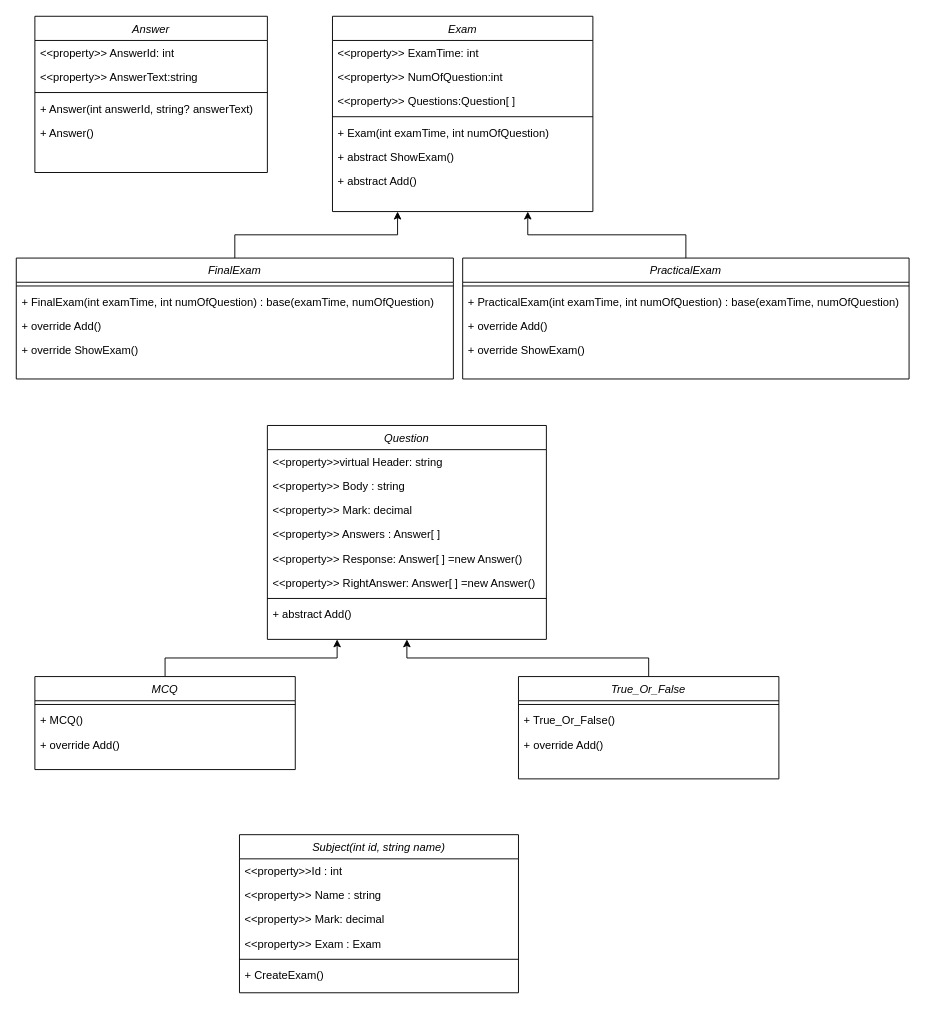
This is Untitled Diagram.drawio from Marina-tarek/C43-G01-Exam02-OOPExam, a draw.io file, before an edit. Source tidied: cells renumbered, new cells numbered last; positions are measured from the earlier drawing's top-left corner, leaving out a move shared by most shapes. Both pictures are drawn from the tidied source at 93%, with x=0, y=0 at pixel (16, 16).
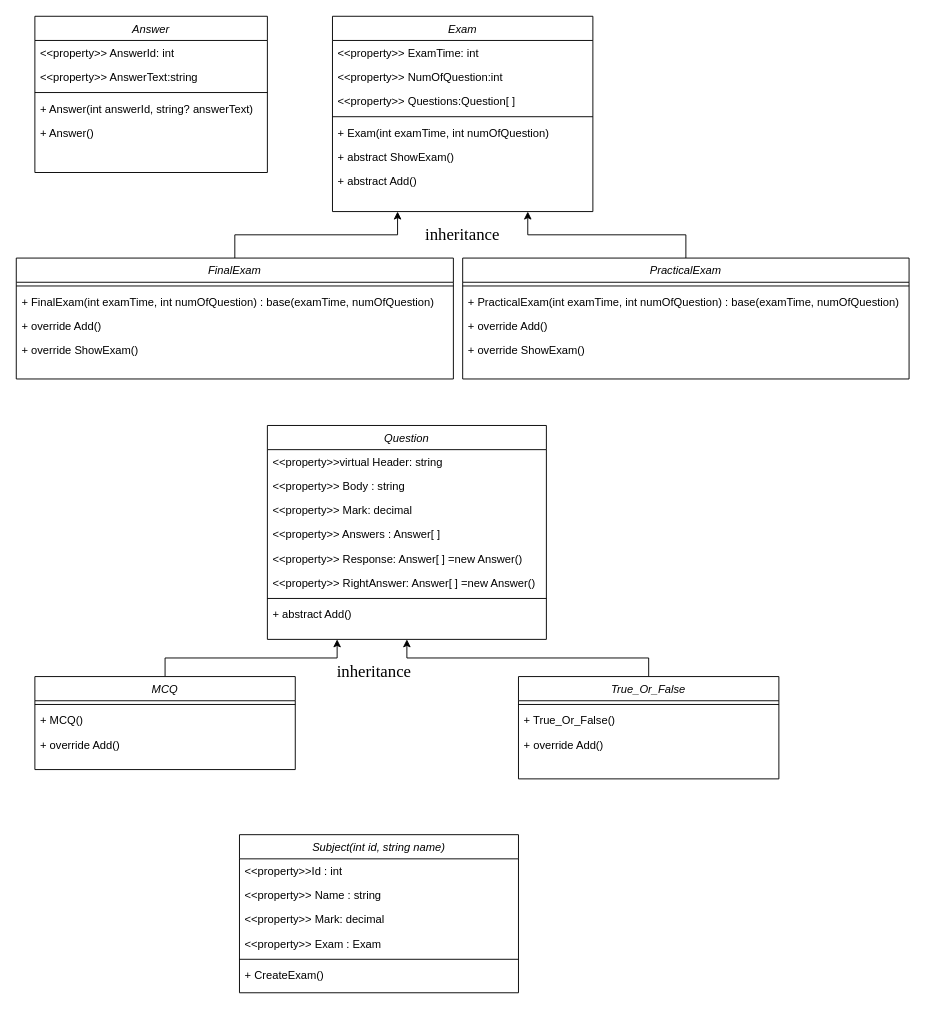
After the change.

Change to the diagram source:
```diff
@@
+    <mxCell id="54" value="&lt;font style=&quot;font-size: 18px;&quot; face=&quot;Times New Roman&quot;&gt;inheritance&lt;/font&gt;" style="text;strokeColor=none;align=center;fillColor=none;html=1;verticalAlign=middle;whiteSpace=wrap;rounded=0;" parent="1" vertex="1">
+      <mxGeometry x="435" y="220" width="90" height="30" as="geometry" />
+    </mxCell>
+    <mxCell id="55" value="&lt;font style=&quot;font-size: 18px;&quot; face=&quot;Times New Roman&quot;&gt;inheritance&lt;/font&gt;" style="text;strokeColor=none;align=center;fillColor=none;html=1;verticalAlign=middle;whiteSpace=wrap;rounded=0;" parent="1" vertex="1">
+      <mxGeometry x="340" y="690" width="90" height="30" as="geometry" />
+    </mxCell>
```
